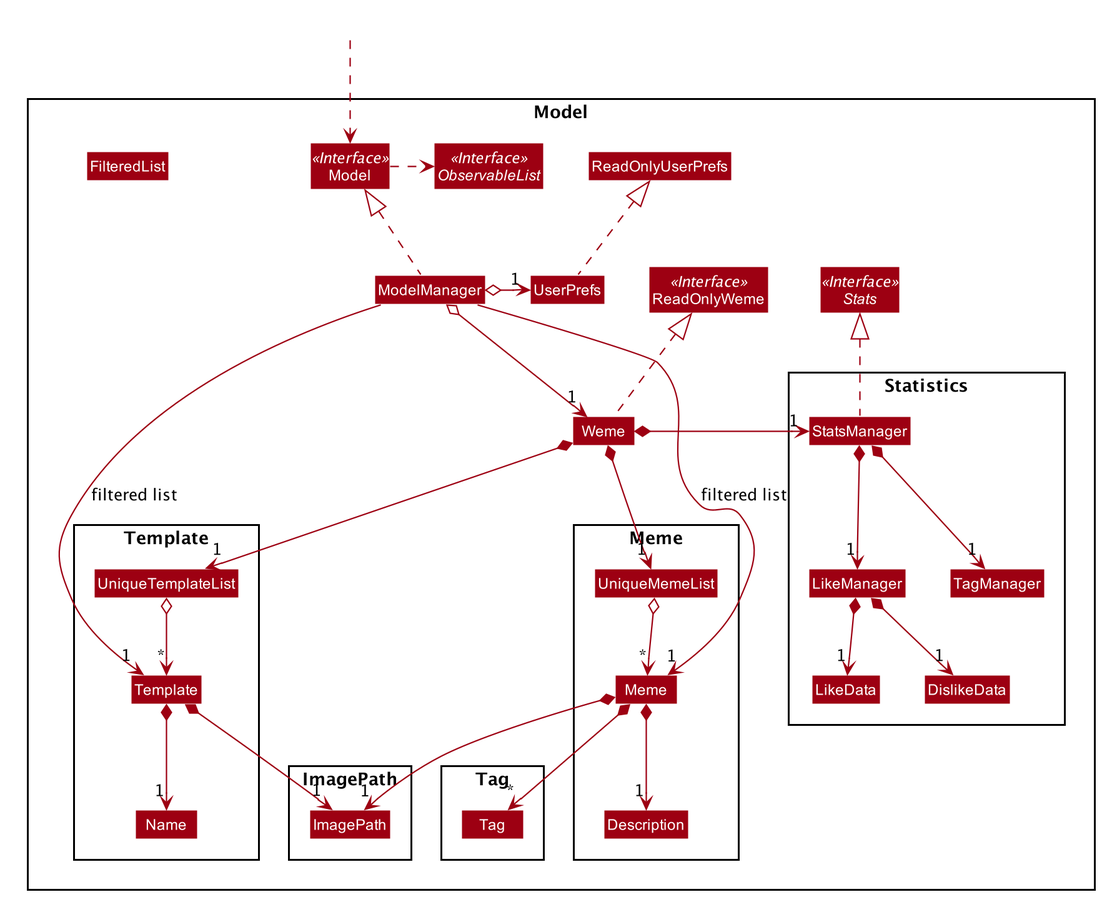
Before: docs/images/ModelClassDiagram.png, a diagram exported from PlantUML (nus-cs2103-AY1920S1/addressbook-level3).
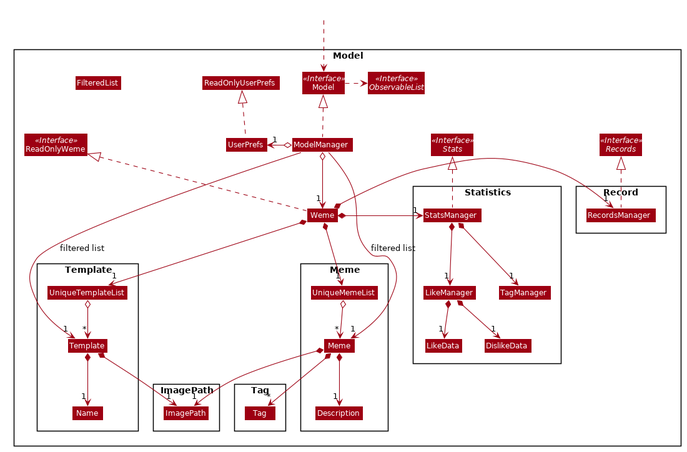
Later version of the same file.

Diff of the diagram source:
```diff
@@ -56,6 +56,7 @@
 Interface Model <<Interface>>
 Interface ObservableList <<Interface>>
 Interface Stats <<Interface>>
+Interface Records <<Interface>>
 Class Weme
 Class ReadOnlyWeme
 Class Model
@@ -82,6 +83,10 @@
 Class DislikeData
 Class LikeManager
 Class TagManager
+}
+
+Package Record {
+Class RecordsManager
 }
 
 Package Tag {
@@ -112,6 +117,8 @@
 
 Weme *-right-> "1" StatsManager
 
+Weme *-right-> "1" RecordsManager
+
 Weme *--> "1" UniqueTemplateList
 UniqueTemplateList o--> "*" Template
 Template *--> "1" Name
@@ -123,6 +130,8 @@
 LikeManager *--> "1" LikeData
 LikeManager *--> "1" DislikeData
 
+RecordsManager .up.|> Records
+
 ModelManager -->"1" Meme : filtered list
 ModelManager -->"1" Template : filtered list
 @enduml
```
